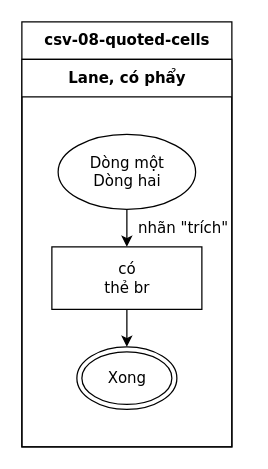
The draw.io diagram conformance/golden/cases/csv-08-quoted-cells.drawio in luytbq/flowcast, before the edit. Source tidied: cells renumbered, new cells numbered last; positions are measured from the earlier drawing's top-left corner, leaving out a move shared by most shapes. Both pictures are drawn from the tidied source at 125%, with x=0, y=0 at pixel (21, 21).
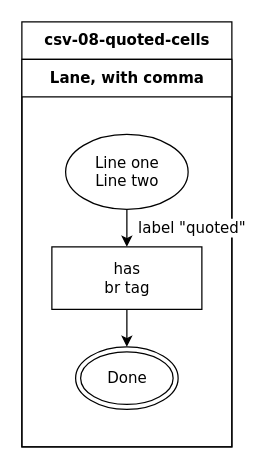
The same diagram, later.

Change to the diagram source:
```diff
@@
 <mxGraphModel>
   <root>
     <mxCell id="0" />
     <mxCell id="1" parent="0" />
     <mxCell id="2" value="csv-08-quoted-cells" style="swimlane;html=1;startSize=30;fontStyle=1;fontFamily=Verdana;fontSize=12;flowtable=1;" parent="1" vertex="1">
       <mxGeometry width="168" height="340" as="geometry" />
     </mxCell>
-    <mxCell id="3" value="Lane, có phẩy" style="swimlane;html=1;startSize=30;fontFamily=Verdana;fontSize=12;flowtable=1;" parent="2" vertex="1">
+    <mxCell id="3" value="Lane, with comma" style="swimlane;html=1;startSize=30;fontFamily=Verdana;fontSize=12;flowtable=1;" parent="2" vertex="1">
       <mxGeometry y="30" width="168" height="310" as="geometry" />
     </mxCell>
-    <mxCell id="4" value="Dòng một&lt;br&gt;Dòng hai" style="ellipse;html=1;fontFamily=Verdana;fontSize=12;flowtable=1;" parent="3" vertex="1">
-      <mxGeometry x="29" y="60" width="110" height="60" as="geometry" />
+    <mxCell id="4" value="Line one&lt;br&gt;Line two" style="ellipse;html=1;fontFamily=Verdana;fontSize=12;flowtable=1;" parent="3" vertex="1">
+      <mxGeometry x="35" y="60" width="98" height="60" as="geometry" />
     </mxCell>
-    <mxCell id="5" value="có&lt;br&gt;thẻ br" style="rounded=0;html=1;fontFamily=Verdana;fontSize=12;flowtable=1;" parent="3" vertex="1">
+    <mxCell id="5" value="has&lt;br&gt;br tag" style="rounded=0;html=1;fontFamily=Verdana;fontSize=12;flowtable=1;" parent="3" vertex="1">
       <mxGeometry x="24" y="150" width="120" height="50" as="geometry" />
     </mxCell>
-    <mxCell id="6" value="Xong" style="shape=doubleEllipse;html=1;fontFamily=Verdana;fontSize=12;flowtable=1;" parent="3" vertex="1">
-      <mxGeometry x="44" y="230" width="80" height="50" as="geometry" />
+    <mxCell id="6" value="Done" style="shape=doubleEllipse;html=1;fontFamily=Verdana;fontSize=12;flowtable=1;" parent="3" vertex="1">
+      <mxGeometry x="43" y="230" width="82" height="50" as="geometry" />
     </mxCell>
-    <mxCell id="7" value="nhãn &quot;trích&quot;" style="edgeStyle=orthogonalEdgeStyle;rounded=0;jettySize=auto;html=1;labelBackgroundColor=default;exitX=0.5;exitY=1;exitDx=0;exitDy=0;entryX=0.5;entryY=0;entryDx=0;entryDy=0;fontFamily=Verdana;fontSize=12;flowtable=1;" parent="2" edge="1" source="4" target="5">
+    <mxCell id="7" value="label &quot;quoted&quot;" style="edgeStyle=orthogonalEdgeStyle;rounded=0;jettySize=auto;html=1;labelBackgroundColor=default;exitX=0.5;exitY=1;exitDx=0;exitDy=0;entryX=0.5;entryY=0;entryDx=0;entryDy=0;fontFamily=Verdana;fontSize=12;flowtable=1;" parent="2" edge="1" source="4" target="5">
       <mxGeometry x="-0.03" relative="1" as="geometry">
-        <mxPoint x="45.1" as="offset" />
+        <mxPoint x="51.7" as="offset" />
       </mxGeometry>
     </mxCell>
     <mxCell id="8" style="edgeStyle=orthogonalEdgeStyle;rounded=0;jettySize=auto;html=1;labelBackgroundColor=default;exitX=0.5;exitY=1;exitDx=0;exitDy=0;entryX=0.5;entryY=0;entryDx=0;entryDy=0;fontFamily=Verdana;fontSize=12;flowtable=1;" parent="2" edge="1" source="5" target="6">
       <mxGeometry relative="1" as="geometry" />
     </mxCell>
   </root>
 </mxGraphModel>
```
